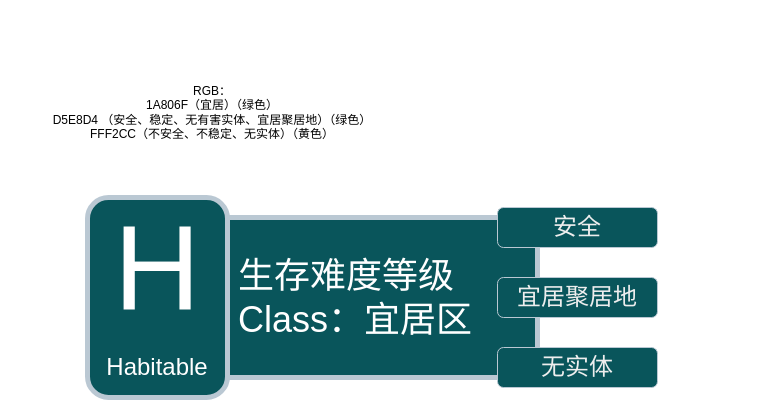
czz4188/draw.io--documents keeps this draw.io diagram as Level-images.drawio. Above is the earlier version. Source tidied: cells renumbered, new cells numbered last; positions are measured from the earlier drawing's top-left corner, leaving out a move shared by most shapes. Both pictures are drawn from the tidied source at 100%, with x=0, y=0 at pixel (17, 17).
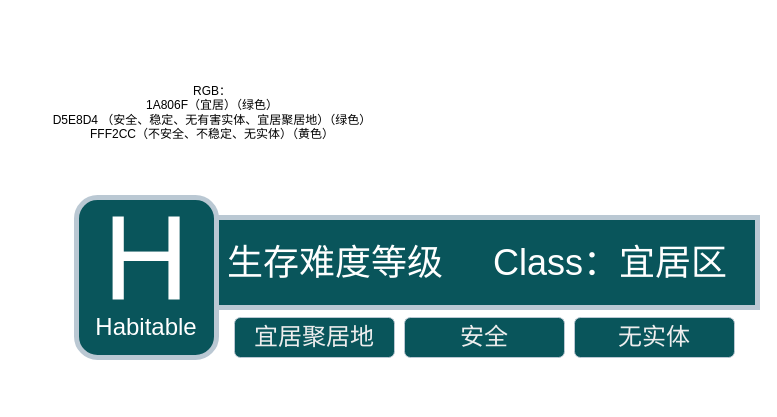
The same page after the edit.

The edit, as a diff of the source:
```diff
@@
 <mxGraphModel>
   <root>
     <mxCell id="0" />
     <mxCell id="1" parent="0" />
     <mxCell id="2" style="rounded=0;whiteSpace=wrap;html=1;fillColor=#09555B;strokeColor=#BAC8D3;strokeWidth=5;glass=0;shadow=0;labelBackgroundColor=none;fontColor=#EEEEEE;" parent="1" vertex="1">
-      <mxGeometry x="210" y="200" width="310" height="160" as="geometry" />
+      <mxGeometry x="199" y="200" width="541" height="90" as="geometry" />
     </mxCell>
-    <mxCell id="3" value="&lt;font style=&quot;font-size: 36px; color: rgb(255, 255, 255);&quot;&gt;生存难度等级&lt;/font&gt;&lt;div&gt;&lt;font color=&quot;#ffffff&quot;&gt;&lt;span style=&quot;font-size: 36px;&quot;&gt;Class：宜居区&lt;/span&gt;&lt;/font&gt;&lt;/div&gt;" style="text;strokeColor=none;fillColor=none;align=left;verticalAlign=middle;spacingLeft=4;spacingRight=4;overflow=hidden;whiteSpace=wrap;html=1;rounded=0;glass=0;labelBackgroundColor=none;fontColor=#EEEEEE;" parent="1" vertex="1">
-      <mxGeometry x="215" y="200" width="300" height="160" as="geometry" />
+    <mxCell id="3" value="&lt;font style=&quot;font-size: 36px; color: rgb(255, 255, 255);&quot;&gt;生存难度等级&amp;nbsp; &amp;nbsp; &amp;nbsp;&lt;/font&gt;&lt;span style=&quot;font-size: 36px; color: light-dark(rgb(255, 255, 255), rgb(18, 18, 18)); background-color: transparent;&quot;&gt;Class：宜居区&lt;/span&gt;" style="text;strokeColor=none;fillColor=none;align=left;verticalAlign=middle;spacingLeft=4;spacingRight=4;overflow=hidden;whiteSpace=wrap;html=1;rounded=0;glass=0;labelBackgroundColor=none;fontColor=#EEEEEE;" parent="1" vertex="1">
+      <mxGeometry x="204" y="200" width="536" height="90" as="geometry" />
     </mxCell>
     <mxCell id="4" value="&lt;font style=&quot;font-size: 24px;&quot;&gt;无实体&lt;/font&gt;" style="rounded=1;whiteSpace=wrap;html=1;fillColor=#09555B;strokeColor=#BAC8D3;labelBackgroundColor=none;fontColor=#EEEEEE;" parent="1" vertex="1">
-      <mxGeometry x="480" y="330" width="160" height="40" as="geometry" />
+      <mxGeometry x="557" y="300" width="160" height="40" as="geometry" />
     </mxCell>
     <mxCell id="5" value="&lt;font style=&quot;font-size: 24px;&quot;&gt;安全&lt;/font&gt;" style="rounded=1;whiteSpace=wrap;html=1;fillColor=#09555B;strokeColor=#BAC8D3;direction=east;labelBackgroundColor=none;fontColor=#EEEEEE;" parent="1" vertex="1">
-      <mxGeometry x="480" y="190" width="160" height="40" as="geometry" />
+      <mxGeometry x="387" y="300" width="160" height="40" as="geometry" />
     </mxCell>
     <mxCell id="6" value="&lt;font style=&quot;font-size: 24px;&quot;&gt;宜居聚居地&lt;/font&gt;" style="rounded=1;whiteSpace=wrap;html=1;fillColor=#09555B;strokeColor=#BAC8D3;labelBackgroundColor=none;fontColor=#EEEEEE;" parent="1" vertex="1">
-      <mxGeometry x="480" y="260" width="160" height="40" as="geometry" />
+      <mxGeometry x="217" y="300" width="160" height="40" as="geometry" />
     </mxCell>
     <mxCell id="7" value="RGB：&lt;div&gt;1A806F（宜居）（绿色）&lt;/div&gt;&lt;div&gt;D5E8D4 （安全、稳定、无有害实体、宜居聚居地）（绿色）&lt;/div&gt;&lt;div&gt;FFF2CC（不安全、不稳定、无实体）（黄色）&lt;/div&gt;" style="text;html=1;align=center;verticalAlign=middle;whiteSpace=wrap;rounded=0;labelBackgroundColor=none;fontColor=#000000;" parent="1" vertex="1">
       <mxGeometry width="390" height="190" as="geometry" />
     </mxCell>
     <mxCell id="8" style="rounded=1;whiteSpace=wrap;html=1;fillColor=#09555B;strokeColor=#BAC8D3;strokeWidth=5;labelBackgroundColor=none;fontColor=#EEEEEE;" parent="1" vertex="1">
-      <mxGeometry x="70" y="180" width="140" height="200" as="geometry" />
+      <mxGeometry x="59" y="180" width="140" height="160" as="geometry" />
     </mxCell>
     <mxCell id="9" value="&lt;font style=&quot;color: rgb(255, 255, 255); font-size: 120px;&quot;&gt;H&lt;/font&gt;" style="text;html=1;align=center;verticalAlign=middle;whiteSpace=wrap;rounded=0;labelBackgroundColor=none;fontColor=#EEEEEE;" parent="1" vertex="1">
-      <mxGeometry x="70" y="180" width="140" height="140" as="geometry" />
+      <mxGeometry x="59" y="180" width="140" height="120" as="geometry" />
     </mxCell>
     <mxCell id="10" value="&lt;font style=&quot;color: rgb(255, 255, 255); font-size: 24px;&quot;&gt;Habitable&lt;/font&gt;" style="text;html=1;align=center;verticalAlign=middle;whiteSpace=wrap;rounded=0;labelBackgroundColor=none;fontColor=#EEEEEE;" parent="1" vertex="1">
-      <mxGeometry x="80" y="320" width="120" height="60" as="geometry" />
+      <mxGeometry x="69" y="280" width="120" height="60" as="geometry" />
     </mxCell>
+    <mxCell id="11" style="edgeStyle=orthogonalEdgeStyle;rounded=0;orthogonalLoop=1;jettySize=auto;html=1;exitX=0.5;exitY=1;exitDx=0;exitDy=0;" parent="1" edge="1" source="4" target="4">
+      <mxGeometry relative="1" as="geometry" />
+    </mxCell>
   </root>
 </mxGraphModel>
```
